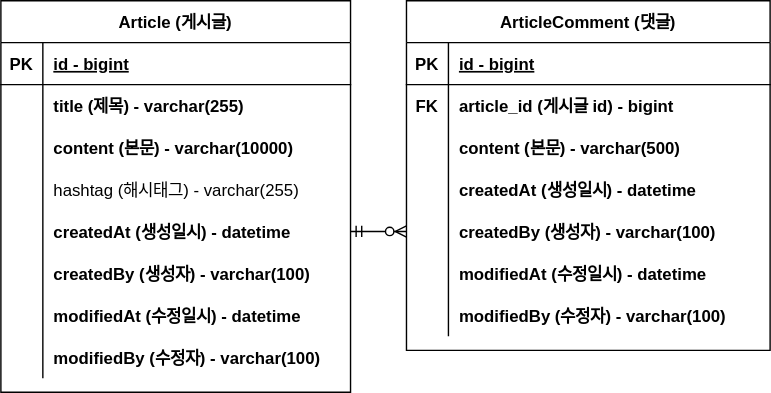
Above: document/project-board-erd.svg in parksangjin94/psj-project-board (draw.io), before the change. Source tidied: cells renumbered, new cells last; positions are measured from the earlier drawing's top-left corner, leaving out a move shared by most shapes.
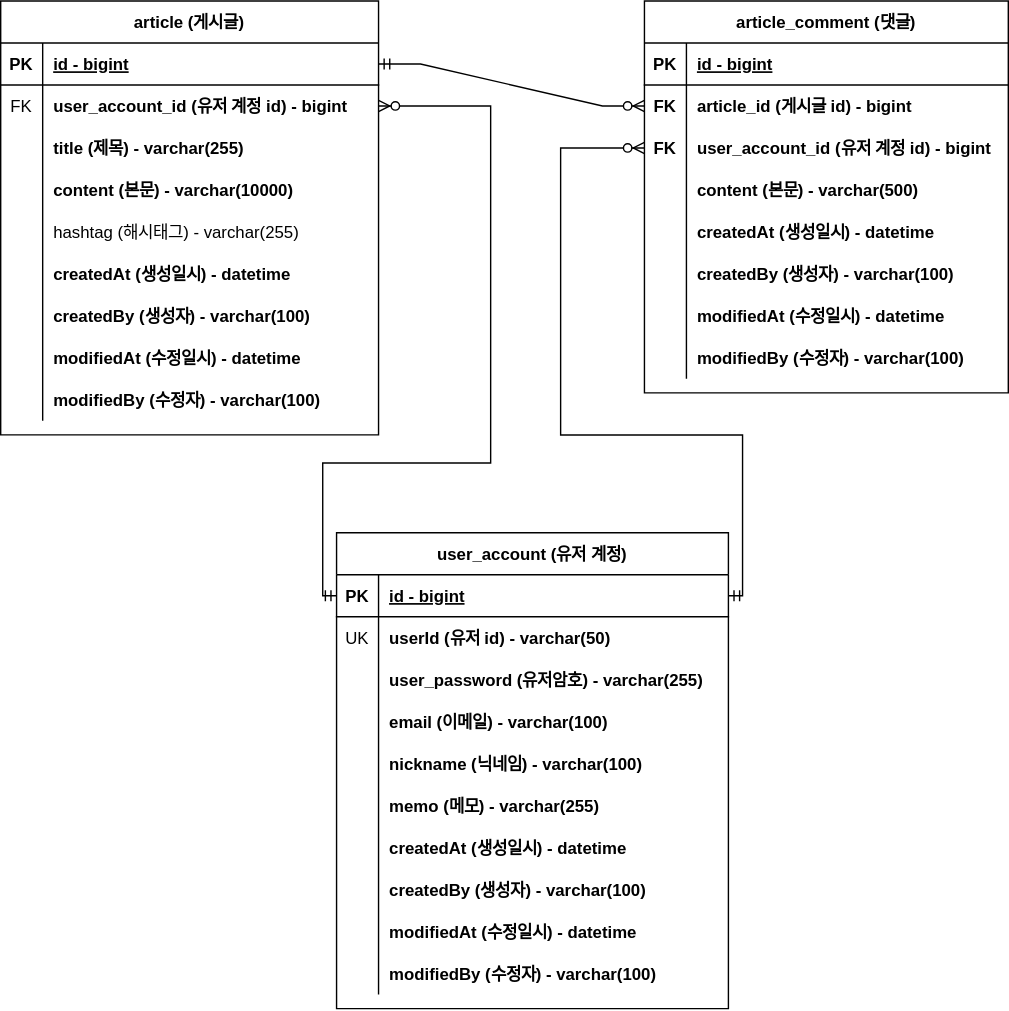
The same diagram one commit later.

Commit message:
project-board-erd.svg 업데이트 : 계정 도메인 반영

Change to the diagram source:
```diff
@@ -2,83 +2,92 @@
   <root>
     <mxCell id="0" />
     <mxCell id="1" parent="0" />
-    <mxCell id="2" value="Article (게시글)" style="shape=table;startSize=30;rowLines=0;fontStyle=1;align=center;" parent="1" vertex="1">
-      <mxGeometry width="250" height="280" as="geometry" />
+    <mxCell id="2" value="article (게시글)" style="shape=table;startSize=30;rowLines=0;fontStyle=1;align=center;" parent="1" vertex="1">
+      <mxGeometry x="-80" width="270" height="310" as="geometry" />
     </mxCell>
     <mxCell id="3" style="shape=partialRectangle;fillColor=none;points=[[0,0.5],[1,0.5]];portConstraint=eastwest;top=0;left=0;right=0;bottom=1;" parent="2" vertex="1">
-      <mxGeometry y="30" width="250" height="30" as="geometry" />
+      <mxGeometry y="30" width="270" height="30" as="geometry" />
     </mxCell>
     <mxCell id="4" value="PK" style="shape=partialRectangle;overflow=hidden;fillColor=none;top=0;left=0;bottom=0;right=0;fontStyle=1;" parent="3" vertex="1">
       <mxGeometry width="30" height="30" as="geometry" />
     </mxCell>
     <mxCell id="5" value="id - bigint" style="shape=partialRectangle;overflow=hidden;fillColor=none;top=0;left=0;bottom=0;right=0;align=left;spacingLeft=6;fontStyle=5;" parent="3" vertex="1">
-      <mxGeometry x="30" width="220" height="30" as="geometry" />
+      <mxGeometry x="30" width="240" height="30" as="geometry" />
     </mxCell>
     <mxCell id="6" style="shape=partialRectangle;fillColor=none;points=[[0,0.5],[1,0.5]];portConstraint=eastwest;top=0;left=0;right=0;bottom=0;" parent="2" vertex="1">
-      <mxGeometry y="60" width="250" height="30" as="geometry" />
+      <mxGeometry y="60" width="270" height="30" as="geometry" />
     </mxCell>
-    <mxCell id="7" style="shape=partialRectangle;overflow=hidden;fillColor=none;top=0;left=0;bottom=0;right=0;" parent="6" vertex="1">
+    <mxCell id="7" value="FK" style="shape=partialRectangle;overflow=hidden;fillColor=none;top=0;left=0;bottom=0;right=0;fontStyle=0;" parent="6" vertex="1">
       <mxGeometry width="30" height="30" as="geometry" />
     </mxCell>
-    <mxCell id="8" value="title (제목) - varchar(255)" style="shape=partialRectangle;overflow=hidden;fillColor=none;top=0;left=0;bottom=0;right=0;align=left;spacingLeft=6;fontStyle=1;" parent="6" vertex="1">
-      <mxGeometry x="30" width="220" height="30" as="geometry" />
+    <mxCell id="8" value="user_account_id (유저 계정 id) - bigint" style="shape=partialRectangle;overflow=hidden;fillColor=none;top=0;left=0;bottom=0;right=0;align=left;spacingLeft=6;fontStyle=1;" parent="6" vertex="1">
+      <mxGeometry x="30" width="240" height="30" as="geometry" />
     </mxCell>
+    <mxCell id="50" style="shape=partialRectangle;fillColor=none;top=0;left=0;right=0;bottom=0;" parent="2" vertex="1">
+      <mxGeometry y="90" width="270" height="30" as="geometry" />
+    </mxCell>
+    <mxCell id="51" style="shape=partialRectangle;overflow=hidden;fillColor=none;top=0;left=0;bottom=0;right=0;" parent="50" vertex="1">
+      <mxGeometry width="30" height="30" as="geometry" />
+    </mxCell>
+    <mxCell id="52" value="title (제목) - varchar(255)" style="shape=partialRectangle;overflow=hidden;fillColor=none;top=0;left=0;bottom=0;right=0;align=left;spacingLeft=6;fontStyle=1;" parent="50" vertex="1">
+      <mxGeometry x="30" width="240" height="30" as="geometry" />
+    </mxCell>
     <mxCell id="9" style="shape=partialRectangle;fillColor=none;top=0;left=0;right=0;bottom=0;" parent="2" vertex="1">
-      <mxGeometry y="90" width="250" height="30" as="geometry" />
+      <mxGeometry y="120" width="270" height="30" as="geometry" />
     </mxCell>
     <mxCell id="10" style="shape=partialRectangle;overflow=hidden;fillColor=none;top=0;left=0;bottom=0;right=0;" parent="9" vertex="1">
       <mxGeometry width="30" height="30" as="geometry" />
     </mxCell>
     <mxCell id="11" value="content (본문) - varchar(10000)" style="shape=partialRectangle;overflow=hidden;fillColor=none;top=0;left=0;bottom=0;right=0;align=left;spacingLeft=6;fontStyle=1;" parent="9" vertex="1">
-      <mxGeometry x="30" width="220" height="30" as="geometry" />
+      <mxGeometry x="30" width="240" height="30" as="geometry" />
     </mxCell>
     <mxCell id="12" style="shape=partialRectangle;fillColor=none;top=0;left=0;right=0;bottom=0;" parent="2" vertex="1">
-      <mxGeometry y="120" width="250" height="30" as="geometry" />
+      <mxGeometry y="150" width="270" height="30" as="geometry" />
     </mxCell>
     <mxCell id="13" style="shape=partialRectangle;overflow=hidden;fillColor=none;top=0;left=0;bottom=0;right=0;" parent="12" vertex="1">
       <mxGeometry width="30" height="30" as="geometry" />
     </mxCell>
     <mxCell id="14" value="hashtag (해시태그) - varchar(255)" style="shape=partialRectangle;overflow=hidden;fillColor=none;top=0;left=0;bottom=0;right=0;align=left;spacingLeft=6;fontStyle=0;" parent="12" vertex="1">
-      <mxGeometry x="30" width="220" height="30" as="geometry" />
+      <mxGeometry x="30" width="240" height="30" as="geometry" />
     </mxCell>
     <mxCell id="15" style="shape=partialRectangle;fillColor=none;points=[[0,0.5],[1,0.5]];portConstraint=eastwest;top=0;left=0;right=0;bottom=0;" parent="2" vertex="1">
-      <mxGeometry y="150" width="250" height="30" as="geometry" />
+      <mxGeometry y="180" width="270" height="30" as="geometry" />
     </mxCell>
     <mxCell id="16" style="shape=partialRectangle;overflow=hidden;fillColor=none;top=0;left=0;bottom=0;right=0;" parent="15" vertex="1">
       <mxGeometry width="30" height="30" as="geometry" />
     </mxCell>
     <mxCell id="17" value="createdAt (생성일시) - datetime" style="shape=partialRectangle;overflow=hidden;fillColor=none;top=0;left=0;bottom=0;right=0;align=left;spacingLeft=6;fontStyle=1;" parent="15" vertex="1">
-      <mxGeometry x="30" width="220" height="30" as="geometry" />
+      <mxGeometry x="30" width="240" height="30" as="geometry" />
     </mxCell>
     <mxCell id="18" style="shape=partialRectangle;fillColor=none;top=0;left=0;right=0;bottom=0;" parent="2" vertex="1">
-      <mxGeometry y="180" width="250" height="30" as="geometry" />
+      <mxGeometry y="210" width="270" height="30" as="geometry" />
     </mxCell>
     <mxCell id="19" style="shape=partialRectangle;overflow=hidden;fillColor=none;top=0;left=0;bottom=0;right=0;" parent="18" vertex="1">
       <mxGeometry width="30" height="30" as="geometry" />
     </mxCell>
     <mxCell id="20" value="createdBy (생성자) - varchar(100)" style="shape=partialRectangle;overflow=hidden;fillColor=none;top=0;left=0;bottom=0;right=0;align=left;spacingLeft=6;fontStyle=1;" parent="18" vertex="1">
-      <mxGeometry x="30" width="220" height="30" as="geometry" />
+      <mxGeometry x="30" width="240" height="30" as="geometry" />
     </mxCell>
     <mxCell id="21" style="shape=partialRectangle;fillColor=none;top=0;left=0;right=0;bottom=0;" parent="2" vertex="1">
-      <mxGeometry y="210" width="250" height="30" as="geometry" />
+      <mxGeometry y="240" width="270" height="30" as="geometry" />
     </mxCell>
     <mxCell id="22" style="shape=partialRectangle;overflow=hidden;fillColor=none;top=0;left=0;bottom=0;right=0;" parent="21" vertex="1">
       <mxGeometry width="30" height="30" as="geometry" />
     </mxCell>
     <mxCell id="23" value="modifiedAt (수정일시) - datetime" style="shape=partialRectangle;overflow=hidden;fillColor=none;top=0;left=0;bottom=0;right=0;align=left;spacingLeft=6;fontStyle=1;" parent="21" vertex="1">
-      <mxGeometry x="30" width="220" height="30" as="geometry" />
+      <mxGeometry x="30" width="240" height="30" as="geometry" />
     </mxCell>
     <mxCell id="24" style="shape=partialRectangle;fillColor=none;top=0;left=0;right=0;bottom=0;" parent="2" vertex="1">
-      <mxGeometry y="240" width="250" height="30" as="geometry" />
+      <mxGeometry y="270" width="270" height="30" as="geometry" />
     </mxCell>
     <mxCell id="25" style="shape=partialRectangle;overflow=hidden;fillColor=none;top=0;left=0;bottom=0;right=0;" parent="24" vertex="1">
       <mxGeometry width="30" height="30" as="geometry" />
     </mxCell>
     <mxCell id="26" value="modifiedBy (수정자) - varchar(100)" style="shape=partialRectangle;overflow=hidden;fillColor=none;top=0;left=0;bottom=0;right=0;align=left;spacingLeft=6;fontStyle=1;" parent="24" vertex="1">
-      <mxGeometry x="30" width="220" height="30" as="geometry" />
+      <mxGeometry x="30" width="240" height="30" as="geometry" />
     </mxCell>
-    <mxCell id="27" value="ArticleComment (댓글)" style="shape=table;startSize=30;rowLines=0;fontStyle=1;align=center;" parent="1" vertex="1">
-      <mxGeometry x="290" width="260" height="250" as="geometry" />
+    <mxCell id="27" value="article_comment (댓글)" style="shape=table;startSize=30;rowLines=0;fontStyle=1;align=center;" parent="1" vertex="1">
+      <mxGeometry x="380" width="260" height="280" as="geometry" />
     </mxCell>
     <mxCell id="28" style="shape=partialRectangle;fillColor=none;top=0;left=0;right=0;bottom=1;" parent="27" vertex="1">
       <mxGeometry y="30" width="260" height="30" as="geometry" />
@@ -98,8 +107,17 @@
     <mxCell id="33" value="article_id (게시글 id) - bigint" style="shape=partialRectangle;overflow=hidden;fillColor=none;top=0;left=0;bottom=0;right=0;align=left;spacingLeft=6;fontStyle=1;" parent="31" vertex="1">
       <mxGeometry x="30" width="230" height="30" as="geometry" />
     </mxCell>
+    <mxCell id="53" style="shape=partialRectangle;fillColor=none;points=[[0,0.5],[1,0.5]];portConstraint=eastwest;top=0;left=0;right=0;bottom=0;" parent="27" vertex="1">
+      <mxGeometry y="90" width="260" height="30" as="geometry" />
+    </mxCell>
+    <mxCell id="54" value="FK" style="shape=partialRectangle;overflow=hidden;fillColor=none;top=0;left=0;bottom=0;right=0;fontStyle=1;" parent="53" vertex="1">
+      <mxGeometry width="30" height="30" as="geometry" />
+    </mxCell>
+    <mxCell id="55" value="user_account_id (유저 계정 id) - bigint" style="shape=partialRectangle;overflow=hidden;fillColor=none;top=0;left=0;bottom=0;right=0;align=left;spacingLeft=6;fontStyle=1;" parent="53" vertex="1">
+      <mxGeometry x="30" width="230" height="30" as="geometry" />
+    </mxCell>
     <mxCell id="34" style="shape=partialRectangle;fillColor=none;top=0;left=0;right=0;bottom=0;" parent="27" vertex="1">
-      <mxGeometry y="90" width="260" height="30" as="geometry" />
+      <mxGeometry y="120" width="260" height="30" as="geometry" />
     </mxCell>
     <mxCell id="35" style="shape=partialRectangle;overflow=hidden;fillColor=none;top=0;left=0;bottom=0;right=0;" parent="34" vertex="1">
       <mxGeometry width="30" height="30" as="geometry" />
@@ -108,7 +126,7 @@
       <mxGeometry x="30" width="230" height="30" as="geometry" />
     </mxCell>
     <mxCell id="37" style="shape=partialRectangle;fillColor=none;top=0;left=0;right=0;bottom=0;" parent="27" vertex="1">
-      <mxGeometry y="120" width="260" height="30" as="geometry" />
+      <mxGeometry y="150" width="260" height="30" as="geometry" />
     </mxCell>
     <mxCell id="38" style="shape=partialRectangle;overflow=hidden;fillColor=none;top=0;left=0;bottom=0;right=0;" parent="37" vertex="1">
       <mxGeometry width="30" height="30" as="geometry" />
@@ -117,7 +135,7 @@
       <mxGeometry x="30" width="230" height="30" as="geometry" />
     </mxCell>
     <mxCell id="40" style="shape=partialRectangle;fillColor=none;points=[[0,0.5],[1,0.5]];portConstraint=eastwest;top=0;left=0;right=0;bottom=0;" parent="27" vertex="1">
-      <mxGeometry y="150" width="260" height="30" as="geometry" />
+      <mxGeometry y="180" width="260" height="30" as="geometry" />
     </mxCell>
     <mxCell id="41" style="shape=partialRectangle;overflow=hidden;fillColor=none;top=0;left=0;bottom=0;right=0;" parent="40" vertex="1">
       <mxGeometry width="30" height="30" as="geometry" />
@@ -126,7 +144,7 @@
       <mxGeometry x="30" width="230" height="30" as="geometry" />
     </mxCell>
     <mxCell id="43" style="shape=partialRectangle;fillColor=none;top=0;left=0;right=0;bottom=0;" parent="27" vertex="1">
-      <mxGeometry y="180" width="260" height="30" as="geometry" />
+      <mxGeometry y="210" width="260" height="30" as="geometry" />
     </mxCell>
     <mxCell id="44" style="shape=partialRectangle;overflow=hidden;fillColor=none;top=0;left=0;bottom=0;right=0;" parent="43" vertex="1">
       <mxGeometry width="30" height="30" as="geometry" />
@@ -135,7 +153,7 @@
       <mxGeometry x="30" width="230" height="30" as="geometry" />
     </mxCell>
     <mxCell id="46" style="shape=partialRectangle;fillColor=none;top=0;left=0;right=0;bottom=0;" parent="27" vertex="1">
-      <mxGeometry y="210" width="260" height="30" as="geometry" />
+      <mxGeometry y="240" width="260" height="30" as="geometry" />
     </mxCell>
     <mxCell id="47" style="shape=partialRectangle;overflow=hidden;fillColor=none;top=0;left=0;bottom=0;right=0;" parent="46" vertex="1">
       <mxGeometry width="30" height="30" as="geometry" />
@@ -143,8 +161,121 @@
     <mxCell id="48" value="modifiedBy (수정자) - varchar(100)" style="shape=partialRectangle;overflow=hidden;fillColor=none;top=0;left=0;bottom=0;right=0;align=left;spacingLeft=6;fontStyle=1;" parent="46" vertex="1">
       <mxGeometry x="30" width="230" height="30" as="geometry" />
     </mxCell>
-    <mxCell id="49" style="edgeStyle=entityRelationEdgeStyle;fontSize=12;html=1;endArrow=ERzeroToMany;startArrow=ERmandOne;rounded=0;entryX=0;entryY=0.5;entryDx=0;entryDy=0;exitX=1;exitY=0.5;exitDx=0;exitDy=0;" parent="1" edge="1" source="15" target="40">
+    <mxCell id="49" style="edgeStyle=entityRelationEdgeStyle;fontSize=12;html=1;endArrow=ERzeroToMany;startArrow=ERmandOne;rounded=0;entryX=0;entryY=0.5;entryDx=0;entryDy=0;exitX=1;exitY=0.5;exitDx=0;exitDy=0;" parent="1" edge="1" source="3" target="31">
       <mxGeometry relative="1" as="geometry" />
     </mxCell>
+    <mxCell id="56" value="user_account (유저 계정)" style="shape=table;startSize=30;rowLines=0;fontStyle=1;align=center;" parent="1" vertex="1">
+      <mxGeometry x="160" y="380" width="280" height="340" as="geometry" />
+    </mxCell>
+    <mxCell id="57" style="shape=partialRectangle;fillColor=none;points=[[0,0.5],[1,0.5]];portConstraint=eastwest;top=0;left=0;right=0;bottom=1;" parent="56" vertex="1">
+      <mxGeometry y="30" width="280" height="30" as="geometry" />
+    </mxCell>
+    <mxCell id="58" value="PK" style="shape=partialRectangle;overflow=hidden;fillColor=none;top=0;left=0;bottom=0;right=0;fontStyle=1;" parent="57" vertex="1">
+      <mxGeometry width="30" height="30" as="geometry" />
+    </mxCell>
+    <mxCell id="59" value="id - bigint" style="shape=partialRectangle;overflow=hidden;fillColor=none;top=0;left=0;bottom=0;right=0;align=left;spacingLeft=6;fontStyle=5;" parent="57" vertex="1">
+      <mxGeometry x="30" width="250" height="30" as="geometry" />
+    </mxCell>
+    <mxCell id="60" style="shape=partialRectangle;fillColor=none;top=0;left=0;right=0;bottom=0;" parent="56" vertex="1">
+      <mxGeometry y="60" width="280" height="30" as="geometry" />
+    </mxCell>
+    <mxCell id="61" value="UK" style="shape=partialRectangle;overflow=hidden;fillColor=none;top=0;left=0;bottom=0;right=0;" parent="60" vertex="1">
+      <mxGeometry width="30" height="30" as="geometry" />
+    </mxCell>
+    <mxCell id="62" value="userId (유저 id) - varchar(50)" style="shape=partialRectangle;overflow=hidden;fillColor=none;top=0;left=0;bottom=0;right=0;align=left;spacingLeft=6;fontStyle=1;" parent="60" vertex="1">
+      <mxGeometry x="30" width="250" height="30" as="geometry" />
+    </mxCell>
+    <mxCell id="63" style="shape=partialRectangle;fillColor=none;top=0;left=0;right=0;bottom=0;" parent="56" vertex="1">
+      <mxGeometry y="90" width="280" height="30" as="geometry" />
+    </mxCell>
+    <mxCell id="64" style="shape=partialRectangle;overflow=hidden;fillColor=none;top=0;left=0;bottom=0;right=0;" parent="63" vertex="1">
+      <mxGeometry width="30" height="30" as="geometry" />
+    </mxCell>
+    <mxCell id="65" value="user_password (유저암호) - varchar(255)" style="shape=partialRectangle;overflow=hidden;fillColor=none;top=0;left=0;bottom=0;right=0;align=left;spacingLeft=6;fontStyle=1;" parent="63" vertex="1">
+      <mxGeometry x="30" width="250" height="30" as="geometry" />
+    </mxCell>
+    <mxCell id="66" style="shape=partialRectangle;fillColor=none;top=0;left=0;right=0;bottom=0;" parent="56" vertex="1">
+      <mxGeometry y="120" width="280" height="30" as="geometry" />
+    </mxCell>
+    <mxCell id="67" style="shape=partialRectangle;overflow=hidden;fillColor=none;top=0;left=0;bottom=0;right=0;" parent="66" vertex="1">
+      <mxGeometry width="30" height="30" as="geometry" />
+    </mxCell>
+    <mxCell id="68" value="email (이메일) - varchar(100)" style="shape=partialRectangle;overflow=hidden;fillColor=none;top=0;left=0;bottom=0;right=0;align=left;spacingLeft=6;fontStyle=1;" parent="66" vertex="1">
+      <mxGeometry x="30" width="250" height="30" as="geometry" />
+    </mxCell>
+    <mxCell id="69" style="shape=partialRectangle;fillColor=none;top=0;left=0;right=0;bottom=0;" parent="56" vertex="1">
+      <mxGeometry y="150" width="280" height="30" as="geometry" />
+    </mxCell>
+    <mxCell id="70" style="shape=partialRectangle;overflow=hidden;fillColor=none;top=0;left=0;bottom=0;right=0;" parent="69" vertex="1">
+      <mxGeometry width="30" height="30" as="geometry" />
+    </mxCell>
+    <mxCell id="71" value="nickname (닉네임) - varchar(100)" style="shape=partialRectangle;overflow=hidden;fillColor=none;top=0;left=0;bottom=0;right=0;align=left;spacingLeft=6;fontStyle=1;" parent="69" vertex="1">
+      <mxGeometry x="30" width="250" height="30" as="geometry" />
+    </mxCell>
+    <mxCell id="72" style="shape=partialRectangle;fillColor=none;top=0;left=0;right=0;bottom=0;" parent="56" vertex="1">
+      <mxGeometry y="180" width="280" height="30" as="geometry" />
+    </mxCell>
+    <mxCell id="73" style="shape=partialRectangle;overflow=hidden;fillColor=none;top=0;left=0;bottom=0;right=0;" parent="72" vertex="1">
+      <mxGeometry width="30" height="30" as="geometry" />
+    </mxCell>
+    <mxCell id="74" value="memo (메모) - varchar(255)" style="shape=partialRectangle;overflow=hidden;fillColor=none;top=0;left=0;bottom=0;right=0;align=left;spacingLeft=6;fontStyle=1;" parent="72" vertex="1">
+      <mxGeometry x="30" width="250" height="30" as="geometry" />
+    </mxCell>
+    <mxCell id="75" style="shape=partialRectangle;fillColor=none;top=0;left=0;right=0;bottom=0;" parent="56" vertex="1">
+      <mxGeometry y="210" width="280" height="30" as="geometry" />
+    </mxCell>
+    <mxCell id="76" style="shape=partialRectangle;overflow=hidden;fillColor=none;top=0;left=0;bottom=0;right=0;" parent="75" vertex="1">
+      <mxGeometry width="30" height="30" as="geometry" />
+    </mxCell>
+    <mxCell id="77" value="createdAt (생성일시) - datetime" style="shape=partialRectangle;overflow=hidden;fillColor=none;top=0;left=0;bottom=0;right=0;align=left;spacingLeft=6;fontStyle=1;" parent="75" vertex="1">
+      <mxGeometry x="30" width="250" height="30" as="geometry" />
+    </mxCell>
+    <mxCell id="78" style="shape=partialRectangle;fillColor=none;top=0;left=0;right=0;bottom=0;" parent="56" vertex="1">
+      <mxGeometry y="240" width="280" height="30" as="geometry" />
+    </mxCell>
+    <mxCell id="79" style="shape=partialRectangle;overflow=hidden;fillColor=none;top=0;left=0;bottom=0;right=0;" parent="78" vertex="1">
+      <mxGeometry width="30" height="30" as="geometry" />
+    </mxCell>
+    <mxCell id="80" value="createdBy (생성자) - varchar(100)" style="shape=partialRectangle;overflow=hidden;fillColor=none;top=0;left=0;bottom=0;right=0;align=left;spacingLeft=6;fontStyle=1;" parent="78" vertex="1">
+      <mxGeometry x="30" width="250" height="30" as="geometry" />
+    </mxCell>
+    <mxCell id="81" style="shape=partialRectangle;fillColor=none;top=0;left=0;right=0;bottom=0;" parent="56" vertex="1">
+      <mxGeometry y="270" width="280" height="30" as="geometry" />
+    </mxCell>
+    <mxCell id="82" style="shape=partialRectangle;overflow=hidden;fillColor=none;top=0;left=0;bottom=0;right=0;" parent="81" vertex="1">
+      <mxGeometry width="30" height="30" as="geometry" />
+    </mxCell>
+    <mxCell id="83" value="modifiedAt (수정일시) - datetime" style="shape=partialRectangle;overflow=hidden;fillColor=none;top=0;left=0;bottom=0;right=0;align=left;spacingLeft=6;fontStyle=1;" parent="81" vertex="1">
+      <mxGeometry x="30" width="250" height="30" as="geometry" />
+    </mxCell>
+    <mxCell id="84" style="shape=partialRectangle;fillColor=none;top=0;left=0;right=0;bottom=0;" parent="56" vertex="1">
+      <mxGeometry y="300" width="280" height="30" as="geometry" />
+    </mxCell>
+    <mxCell id="85" style="shape=partialRectangle;overflow=hidden;fillColor=none;top=0;left=0;bottom=0;right=0;" parent="84" vertex="1">
+      <mxGeometry width="30" height="30" as="geometry" />
+    </mxCell>
+    <mxCell id="86" value="modifiedBy (수정자) - varchar(100)" style="shape=partialRectangle;overflow=hidden;fillColor=none;top=0;left=0;bottom=0;right=0;align=left;spacingLeft=6;fontStyle=1;" parent="84" vertex="1">
+      <mxGeometry x="30" width="250" height="30" as="geometry" />
+    </mxCell>
+    <mxCell id="87" style="edgeStyle=orthogonalEdgeStyle;fontSize=12;html=1;endArrow=ERzeroToMany;startArrow=ERmandOne;rounded=0;entryX=1;entryY=0.5;entryDx=0;entryDy=0;exitX=0;exitY=0.5;exitDx=0;exitDy=0;" parent="1" edge="1" source="57" target="6">
+      <mxGeometry relative="1" as="geometry">
+        <Array as="points">
+          <mxPoint x="150" y="425" />
+          <mxPoint x="150" y="330" />
+          <mxPoint x="270" y="330" />
+          <mxPoint x="270" y="75" />
+        </Array>
+      </mxGeometry>
+    </mxCell>
+    <mxCell id="88" style="edgeStyle=orthogonalEdgeStyle;fontSize=12;html=1;endArrow=ERzeroToMany;startArrow=ERmandOne;rounded=0;entryX=0;entryY=0.5;entryDx=0;entryDy=0;exitX=1;exitY=0.5;exitDx=0;exitDy=0;" parent="1" edge="1" source="57" target="53">
+      <mxGeometry relative="1" as="geometry">
+        <Array as="points">
+          <mxPoint x="450" y="425" />
+          <mxPoint x="450" y="310" />
+          <mxPoint x="320" y="310" />
+          <mxPoint x="320" y="105" />
+        </Array>
+      </mxGeometry>
+    </mxCell>
   </root>
 </mxGraphModel>
```
